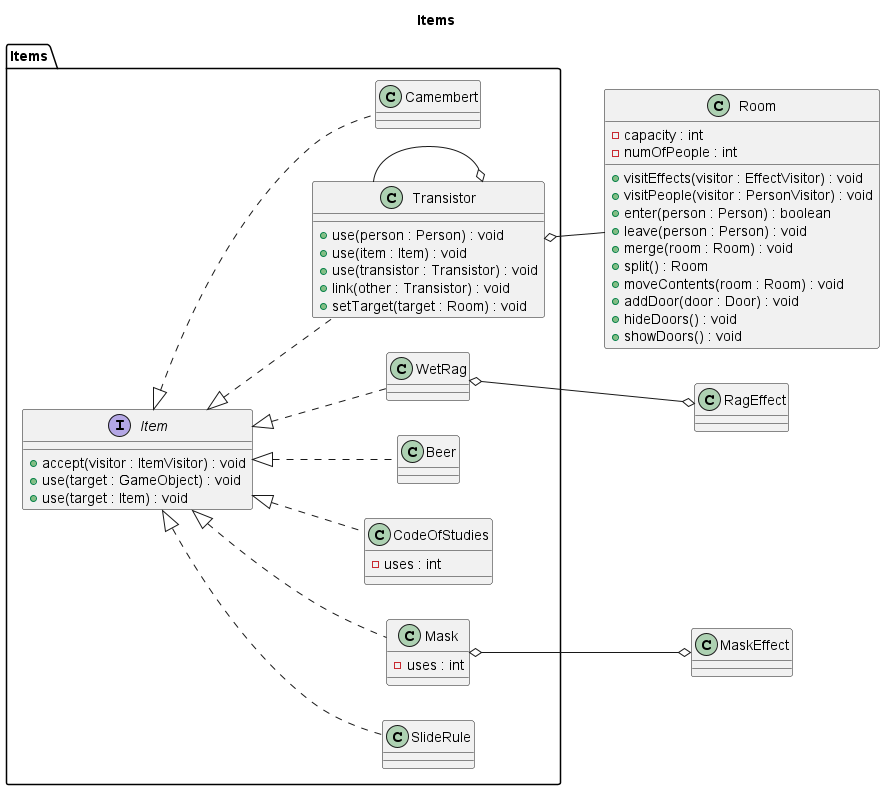
Above: docs/img/diagrams/class/items.png in sn4k3ch4rm3r/logarlec (PlantUML), before the change.
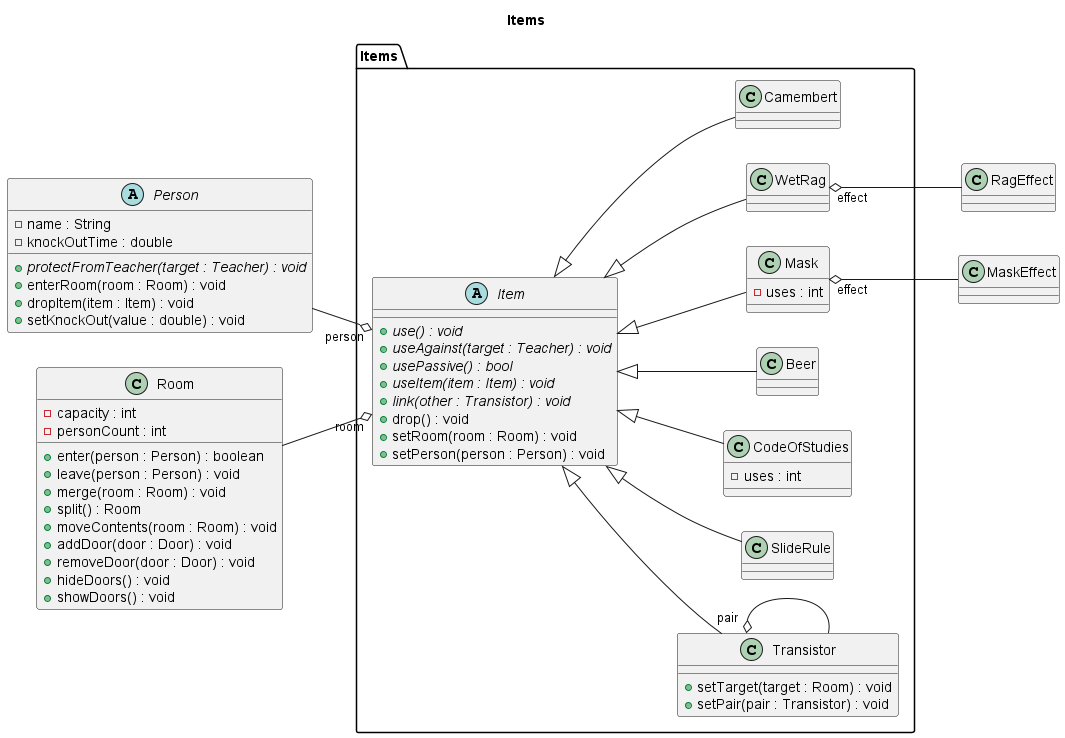
After the commit.

Diff of the diagram source:
```diff
@@ -2,57 +2,80 @@
 
 title Items
 left to right direction
+
 package Items {
-	interface Item {
-		+ accept(visitor : ItemVisitor) : void
-		+ use(target : GameObject) : void
-		+ use(target : Item) : void
+	abstract Item {
+		+ {abstract} use() : void
+		+ {abstract} useAgainst(target : Teacher) : void
+		+ {abstract} usePassive() : bool
+		+ {abstract} useItem(item : Item) : void
+		+ {abstract} link(other : Transistor) : void
+		+ drop() : void
+		+ setRoom(room : Room) : void
+		+ setPerson(person : Person) : void
 	}
+
 	class SlideRule
+
 	class Transistor {
-		+ use(person : Person) : void
-		+ use(item : Item) : void
-		+ use(transistor : Transistor) : void
-		+ link(other : Transistor) : void
 		+ setTarget(target : Room) : void
+		+ setPair(pair : Transistor) : void
 	}
+
 	class CodeOfStudies {
 		- uses : int
 	}
+
 	class Beer
+
 	class WetRag
+
 	class Mask {
 		- uses : int
 	}
+
 	class Camembert
+
+	together {
+		Item <|-- SlideRule
+		Item <|-- Transistor
+		Item <|-- CodeOfStudies
+		Item <|-- Beer
+		Item <|-- WetRag
+		Item <|-- Mask
+		Item <|-- Camembert
+	}
+
+	Transistor "pair" o- Transistor
 }
+
+abstract Person {
+	- name : String
+	- knockOutTime : double
+	+ {abstract} protectFromTeacher(target : Teacher) : void
+	+ enterRoom(room : Room) : void
+	+ dropItem(item : Item) : void
+	+ setKnockOut(value : double) : void
+}
+
 class Room {
 	- capacity : int
-	- numOfPeople : int
-	+ visitEffects(visitor : EffectVisitor) : void
-	+ visitPeople(visitor : PersonVisitor) : void
+	- personCount : int
 	+ enter(person : Person) : boolean
 	+ leave(person : Person) : void
 	+ merge(room : Room) : void
 	+ split() : Room
 	+ moveContents(room : Room) : void
 	+ addDoor(door : Door) : void
+	+ removeDoor(door : Door) : void
 	+ hideDoors() : void
 	+ showDoors() : void
 }
 
-Item <|.- SlideRule
-Item <|.- Transistor
-Item <|.- CodeOfStudies
-Item <|.- Beer
-Item <|.- WetRag
-Item <|.- Mask
-Item <|.- Camembert
+Item "room" o-up- Room
+Item "person" o-up- Person
 
-WetRag o--o RagEffect
-Mask o--o MaskEffect
-
-Transistor --o Transistor
-Transistor o-- Room
+WetRag "effect" o-- RagEffect
+Mask "effect" o-- MaskEffect
 
 @enduml
```
